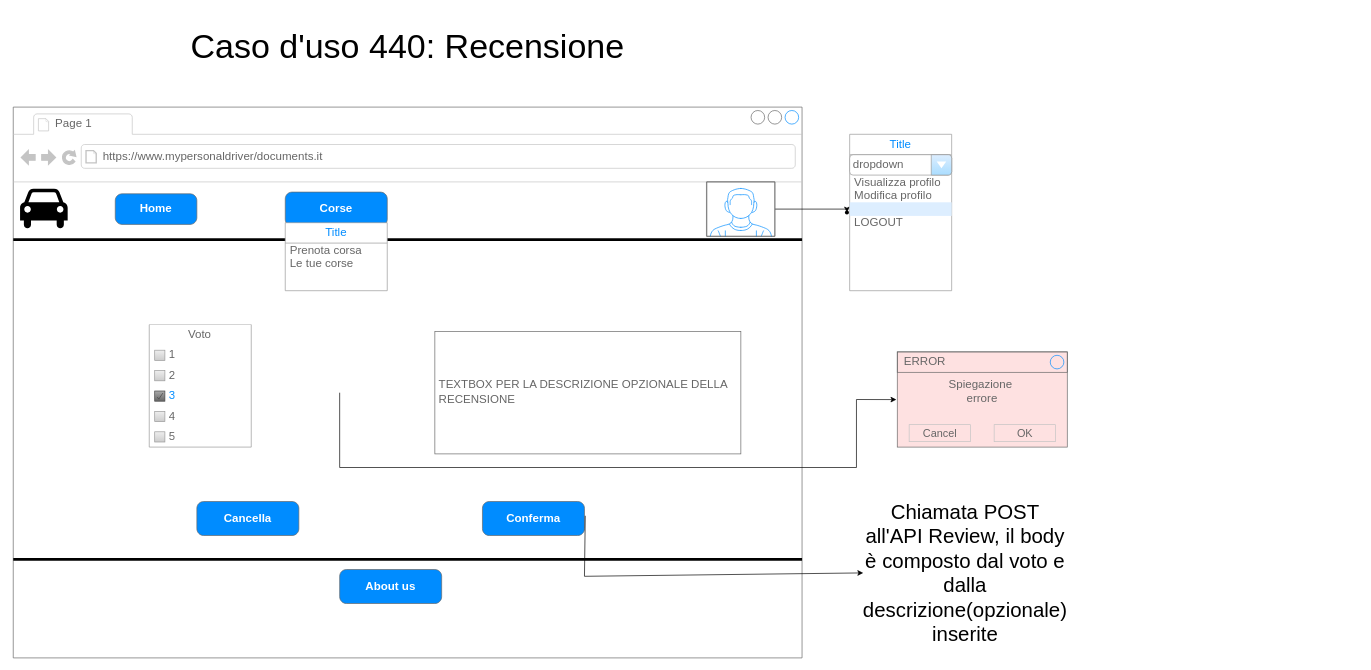
This is Documentazione/sitoWeb/templateRecensioni.drawio from alfacorso2024Settembre/MyPersonalDriver, a draw.io file, before an edit. Source tidied: cells renumbered, new cells numbered last; positions are measured from the earlier drawing's top-left corner, leaving out a move shared by most shapes. Both pictures are drawn from the tidied source at 68%, with x=0, y=0 at pixel (13, 12).
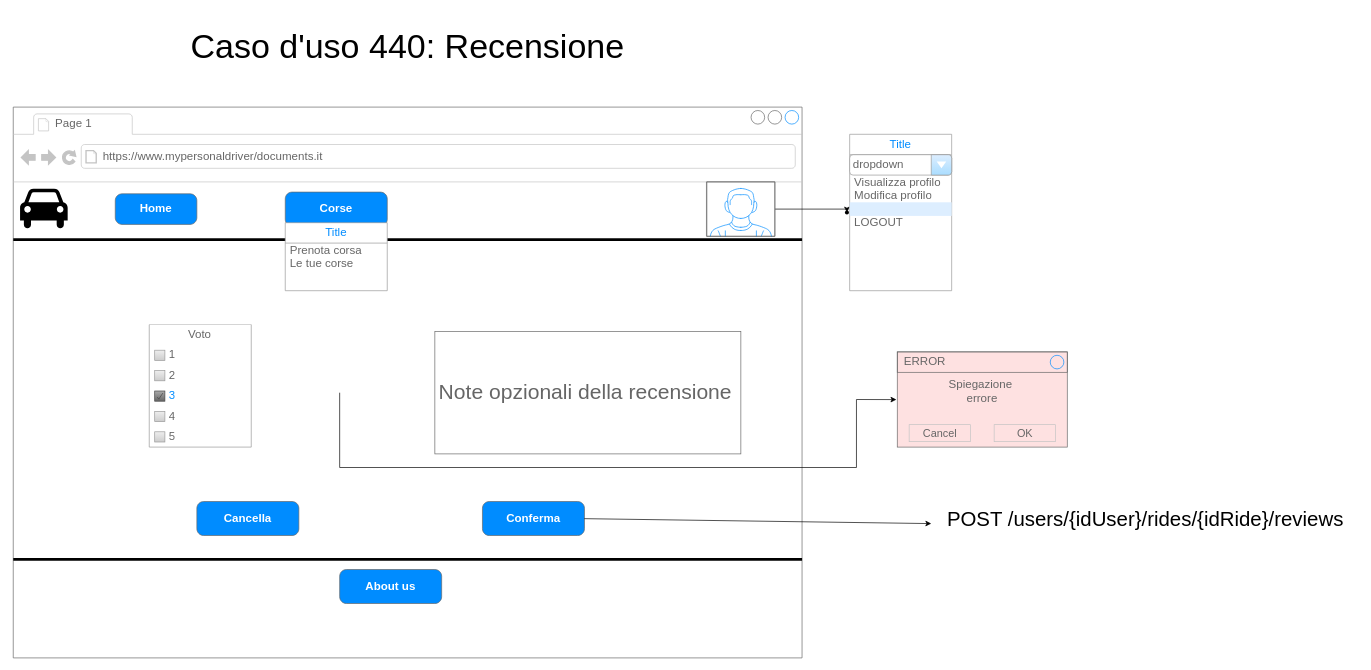
The same page after the edit.

Commit message:
Aggiornato template recensioni

The change refers to these unchanged cells:
```xml
<mxCell id="2" style="strokeWidth=1;shadow=0;dashed=0;align=center;html=1;shape=mxgraph.mockup.containers.browserWindow;rSize=0;strokeColor=#666666;strokeColor2=#008cff;strokeColor3=#c4c4c4;mainText=,;" parent="1" vertex="1">
  <mxGeometry y="140" width="1160" height="810" as="geometry" />
</mxCell>
<mxCell id="26" value="Conferma" style="strokeWidth=1;shadow=0;dashed=0;align=center;html=1;shape=mxgraph.mockup.buttons.button;strokeColor=#666666;fontColor=#ffffff;mainText=;buttonStyle=round;fontSize=17;fontStyle=1;fillColor=#008cff;whiteSpace=wrap;" parent="2" vertex="1">
  <mxGeometry x="690" y="580" width="150" height="50" as="geometry" />
</mxCell>
```

The edit, as a diff of the source:
```diff
@@
-    <mxCell id="23" value="TEXTBOX PER LA DESCRIZIONE OPZIONALE DELLA RECENSIONE" style="strokeWidth=1;shadow=0;dashed=0;align=center;html=1;shape=mxgraph.mockup.text.textBox;fontColor=#666666;align=left;fontSize=17;spacingLeft=4;spacingTop=-3;whiteSpace=wrap;strokeColor=#666666;mainText=;" parent="2" vertex="1">
+    <mxCell id="23" value="&lt;font style=&quot;font-size: 31px;&quot;&gt;Note opzionali della recensione&lt;/font&gt;" style="strokeWidth=1;shadow=0;dashed=0;align=center;html=1;shape=mxgraph.mockup.text.textBox;fontColor=#666666;align=left;fontSize=17;spacingLeft=4;spacingTop=-3;whiteSpace=wrap;strokeColor=#666666;mainText=;" parent="2" vertex="1">
       <mxGeometry x="620" y="330" width="450" height="180" as="geometry" />
     </mxCell>
@@
-    <mxCell id="48" value="&lt;font style=&quot;font-size: 30px;&quot;&gt;Chiamata POST all'API Review, il body è composto dal voto e dalla descrizione(opzionale) inserite&lt;/font&gt;" style="text;html=1;align=center;verticalAlign=middle;whiteSpace=wrap;rounded=0;" parent="1" vertex="1">
-      <mxGeometry x="1250" y="810" width="300" height="30" as="geometry" />
+    <mxCell id="48" value="&lt;span style=&quot;font-size: 30px;&quot;&gt;POST /users/{idUser}/rides/{idRide}/reviews&lt;/span&gt;" style="text;html=1;align=center;verticalAlign=middle;whiteSpace=wrap;rounded=0;" parent="1" vertex="1">
+      <mxGeometry x="1350" y="730" width="630" height="30" as="geometry" />
     </mxCell>
-    <mxCell id="49" style="endArrow=classic;html=1;rounded=0;entryX=0;entryY=0.5;entryDx=0;entryDy=0;exitX=1.008;exitY=0.42;exitDx=0;exitDy=0;exitPerimeter=0;" parent="1" edge="1" source="26" target="48">
-      <mxGeometry relative="1" as="geometry">
-        <Array as="points">
-          <mxPoint x="840" y="830" />
-        </Array>
-      </mxGeometry>
+    <mxCell id="49" style="endArrow=classic;html=1;rounded=0;exitX=0.999;exitY=0.505;exitDx=0;exitDy=0;exitPerimeter=0;entryX=0;entryY=0.75;entryDx=0;entryDy=0;" parent="1" edge="1" source="26" target="48">
+      <mxGeometry relative="1" as="geometry" />
     </mxCell>
```
